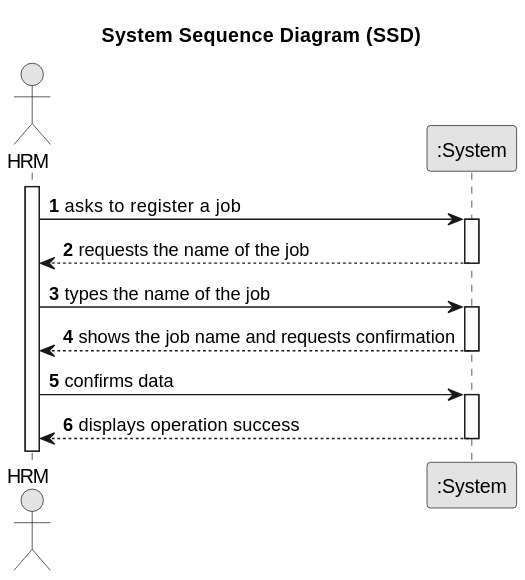
Departamento-de-Engenharia-Informatica/lei-24-s2-1do-g164 keeps this PlantUML diagram as docs/sprintA/us002/01.requirements-engineering/svg/us002-system-sequence-diagram-alternative-one.svg. Above is the earlier version. The source it was exported from:
```plantuml
@startuml
skinparam monochrome true
skinparam packageStyle rectangle
skinparam shadowing false

title System Sequence Diagram (SSD)

autonumber

actor "HRM" as Employee
participant ":System" as System

activate Employee

    Employee -> System : asks to  register a job
    activate System

        System --> Employee : requests the name of the job
    deactivate System

    Employee -> System : types the name of the job
    activate System

        System --> Employee : shows the job name and requests confirmation
    deactivate System

    Employee -> System : confirms data
    activate System

        System --> Employee : displays operation success
    deactivate System
@enduml
```
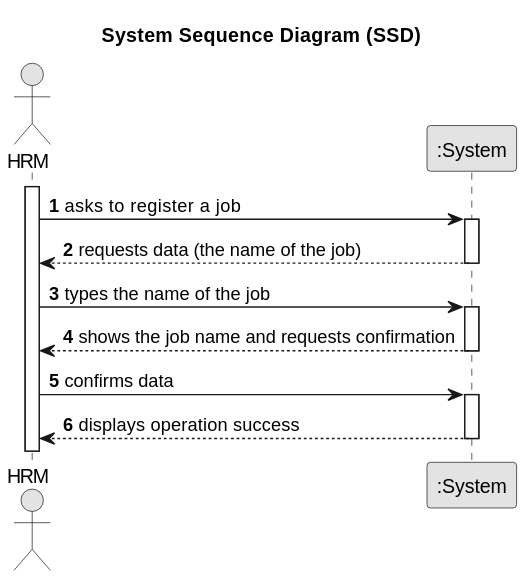
Later version of the same file.

The edit, as a diff of the source:
```diff
@@ -15,7 +15,7 @@
     Employee -> System : asks to  register a job
     activate System
 
-        System --> Employee : requests the name of the job
+        System --> Employee : requests data (the name of the job)
     deactivate System
 
     Employee -> System : types the name of the job
```
